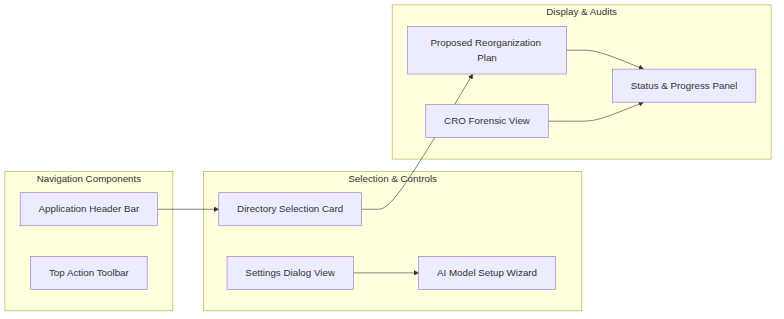
Before: docs/assets/diagrams/ui_component_hierarchy.png, a diagram exported from Mermaid (fderuiter/sortify). Its source is kept beside it as docs/assets/diagrams/ui_component_hierarchy.mmd.
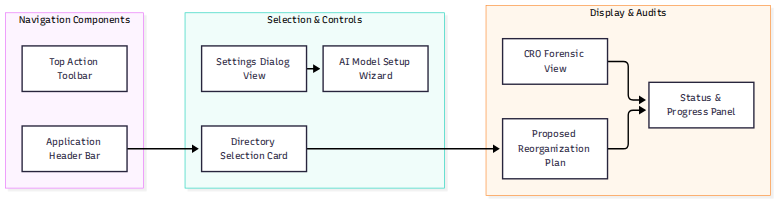
After the change.

Diff of the diagram source:
```diff
@@ -18,3 +18,11 @@
     plan_treeview --> status_progress_panel
     settings_modal --> setup_wizard
     cro_forensic_dialog --> status_progress_panel
+    click header_bar "docs/ui.md#appuiheader_bar" "Header Bar Component"
+    click toolbar "docs/ui.md" "Top Action Toolbar"
+    click directory_selection "docs/ui.md#appuidirectory_selection" "Directory Selection Component"
+    click settings_modal "docs/ui.md#appuisettings_modal" "Settings Dialog View Component"
+    click setup_wizard "docs/ui.md#appuisetup_wizard" "AI Model Setup Wizard Component"
+    click plan_treeview "docs/ui.md#appuiplan_treeview" "Proposed Reorganization Plan Component"
+    click cro_forensic_dialog "docs/ui.md#appuicro_forensic_dialog" "CRO Forensic View Component"
+    click status_progress_panel "docs/ui.md#appuistatus_progress_panel" "Status & Progress Panel Component"
```
